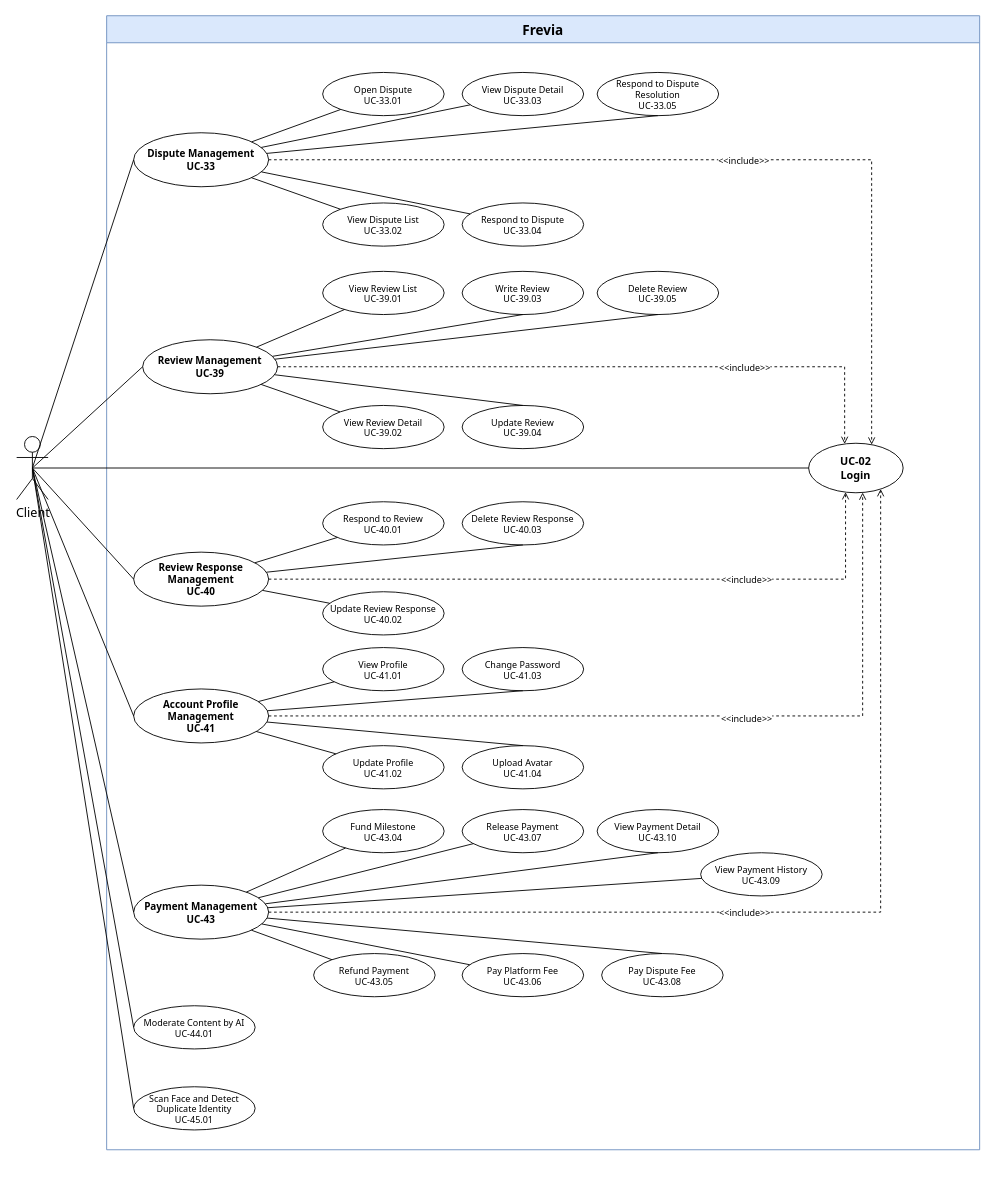
The draw.io diagram page "Client 6/6" (6 of 6) of uc-diagrams/Client.drawio in Thunggg/Frevia, before the edit. Source tidied: cells renumbered, new cells numbered last; positions are measured from the earlier drawing's top-left corner, leaving out a move shared by most shapes. Both pictures are drawn from the tidied source at 90%, with x=0, y=0 at pixel (16, 15).
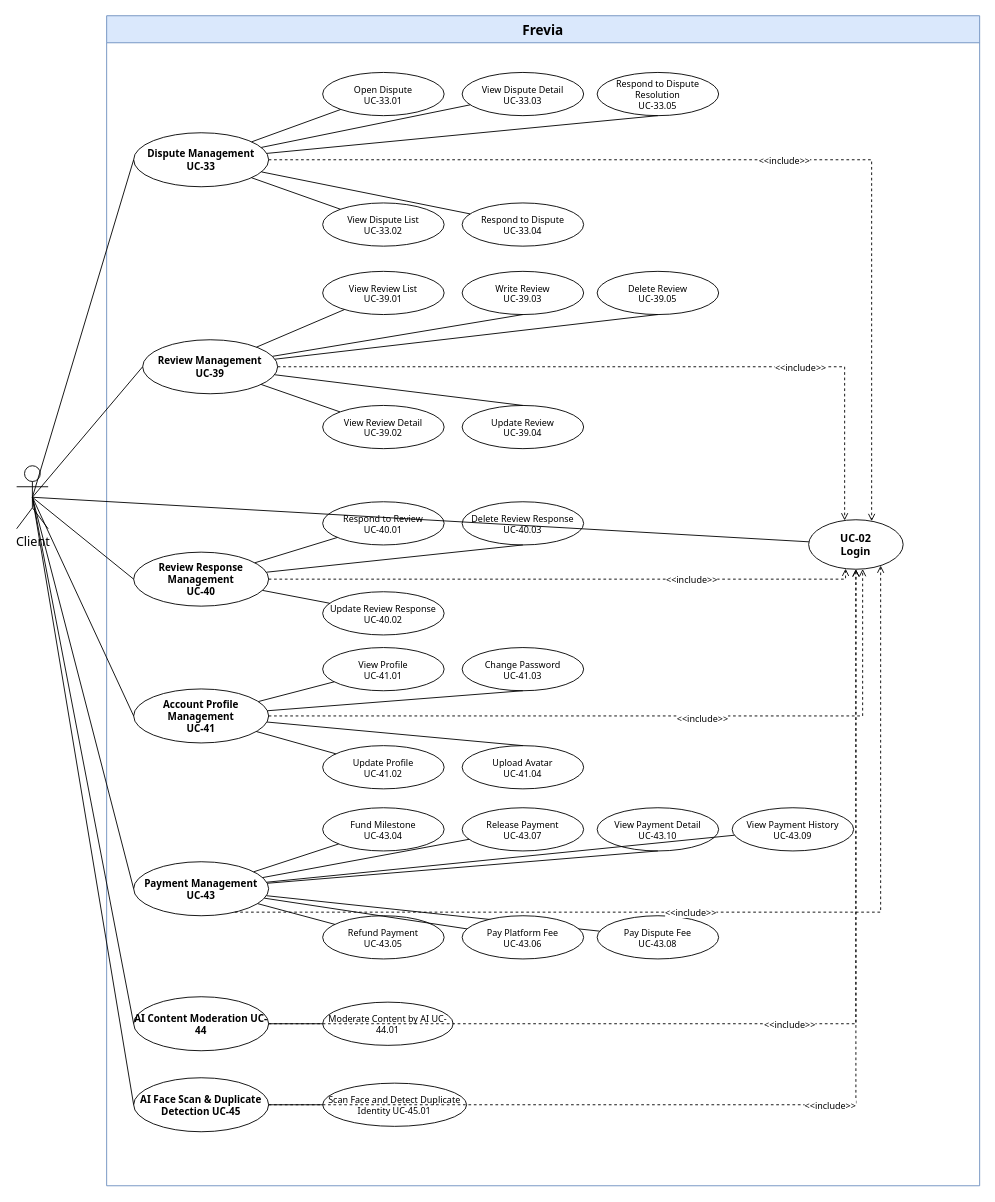
After the change.

The edit, as a diff of the source:
```diff
@@
     <mxCell id="2" value="Frevia" style="swimlane;whiteSpace=wrap;html=1;startSize=30;fontSize=15;fontFamily=Tahoma;fontStyle=1;fillColor=#dae8fc;strokeColor=#6c8ebf;" parent="1" vertex="1">
-      <mxGeometry x="100" width="970" height="1260" as="geometry" />
+      <mxGeometry x="100" width="970" height="1300" as="geometry" />
     </mxCell>
     <mxCell id="3" value="UC-02&#10;Login" style="ellipse;whiteSpace=wrap;html=1;fontSize=12;fontFamily=Tahoma;fontStyle=1;fillColor=#ffffff;strokeColor=#000000;" parent="2" vertex="1">
-      <mxGeometry x="780" y="475" width="105" height="55" as="geometry" />
+      <mxGeometry x="780" y="560" width="105" height="55" as="geometry" />
     </mxCell>
@@
     <mxCell id="25" value="Payment Management&#10;UC-43" style="ellipse;whiteSpace=wrap;html=1;fontSize=11;fontFamily=Tahoma;fontStyle=1;fillColor=#ffffff;strokeColor=#000000;" parent="2" vertex="1">
-      <mxGeometry x="30" y="966" width="150" height="60" as="geometry" />
+      <mxGeometry x="30" y="940" width="150" height="60" as="geometry" />
     </mxCell>
     <mxCell id="26" value="Fund Milestone&#10;UC-43.04" style="ellipse;whiteSpace=wrap;html=1;fontSize=10;fontFamily=Tahoma;fillColor=#ffffff;strokeColor=#000000;" parent="2" vertex="1">
-      <mxGeometry x="240" y="882" width="135" height="48" as="geometry" />
+      <mxGeometry x="240" y="880" width="135" height="48" as="geometry" />
     </mxCell>
     <mxCell id="27" value="Release Payment&#10;UC-43.07" style="ellipse;whiteSpace=wrap;html=1;fontSize=10;fontFamily=Tahoma;fillColor=#ffffff;strokeColor=#000000;" parent="2" vertex="1">
-      <mxGeometry x="395" y="882" width="135" height="48" as="geometry" />
+      <mxGeometry x="395" y="880" width="135" height="48" as="geometry" />
     </mxCell>
     <mxCell id="28" value="View Payment Detail&#10;UC-43.10" style="ellipse;whiteSpace=wrap;html=1;fontSize=10;fontFamily=Tahoma;fillColor=#ffffff;strokeColor=#000000;" parent="2" vertex="1">
-      <mxGeometry x="545" y="882" width="135" height="48" as="geometry" />
+      <mxGeometry x="545" y="880" width="135" height="48" as="geometry" />
     </mxCell>
@@
     <mxCell id="40" value="View Payment History&#10;UC-43.09" style="ellipse;whiteSpace=wrap;html=1;fontSize=10;fontFamily=Tahoma;fillColor=#ffffff;strokeColor=#000000;" parent="2" vertex="1">
-      <mxGeometry x="660" y="930" width="135" height="48" as="geometry" />
+      <mxGeometry x="695" y="880" width="135" height="48" as="geometry" />
     </mxCell>
@@
-    <mxCell id="42" value="Moderate Content by AI&lt;br&gt;UC-44.01" style="ellipse;whiteSpace=wrap;html=1;fontSize=10;fontFamily=Tahoma;fillColor=#ffffff;strokeColor=#000000;" parent="2" vertex="1">
-      <mxGeometry x="30" y="1100" width="135" height="48" as="geometry" />
+    <mxCell id="42" value="Moderate Content by AI&amp;#xa;UC-44.01" style="ellipse;whiteSpace=wrap;html=1;fontSize=10;fontFamily=Tahoma;fillColor=#ffffff;strokeColor=#000000;" parent="2" vertex="1">
+      <mxGeometry x="240" y="1096" width="145" height="48" as="geometry" />
     </mxCell>
-    <mxCell id="43" value="Scan Face and Detect Duplicate Identity&lt;br&gt;UC-45.01" style="ellipse;whiteSpace=wrap;html=1;fontSize=10;fontFamily=Tahoma;fillColor=#ffffff;strokeColor=#000000;" parent="2" vertex="1">
-      <mxGeometry x="30" y="1190" width="135" height="48" as="geometry" />
+    <mxCell id="43" value="Scan Face and Detect Duplicate Identity&amp;#xa;UC-45.01" style="ellipse;whiteSpace=wrap;html=1;fontSize=10;fontFamily=Tahoma;fillColor=#ffffff;strokeColor=#000000;" parent="2" vertex="1">
+      <mxGeometry x="240" y="1186" width="160" height="48" as="geometry" />
     </mxCell>
     <mxCell id="44" value="Client" style="shape=umlActor;verticalLabelPosition=bottom;verticalAlign=top;html=1;outlineConnect=0;fontSize=14;fontFamily=Tahoma;" parent="1" vertex="1">
-      <mxGeometry y="467.5" width="35" height="70" as="geometry" />
+      <mxGeometry y="500" width="35" height="70" as="geometry" />
     </mxCell>
@@
-    <mxCell id="65" value="Pay Dispute Fee&#10;UC-43.08" style="ellipse;whiteSpace=wrap;html=1;fontSize=10;fontFamily=Tahoma;fillColor=#ffffff;strokeColor=#000000;" parent="1" vertex="1">
-      <mxGeometry x="650" y="1042" width="135" height="48" as="geometry" />
+    <mxCell id="65" value="Pay Dispute Fee&#10;UC-43.08" style="ellipse;whiteSpace=wrap;html=1;fontSize=10;fontFamily=Tahoma;fillColor=#ffffff;strokeColor=#000000;" parent="2" vertex="1">
+      <mxGeometry x="545" y="1000" width="135" height="48" as="geometry" />
     </mxCell>
-    <mxCell id="66" style="endArrow=none;html=1;rounded=0;fontFamily=Tahoma;fontSize=13;entryX=0.5;entryY=0;entryDx=0;entryDy=0;" parent="1" edge="1" source="25" target="65">
+    <mxCell id="66" style="endArrow=none;html=1;rounded=0;fontFamily=Tahoma;fontSize=13;" parent="2" edge="1" source="25" target="65">
       <mxGeometry relative="1" as="geometry" />
     </mxCell>
-    <mxCell id="67" value="Refund Payment&#10;UC-43.05" style="ellipse;whiteSpace=wrap;html=1;fontSize=10;fontFamily=Tahoma;fillColor=#ffffff;strokeColor=#000000;" parent="1" vertex="1">
-      <mxGeometry x="330" y="1042" width="135" height="48" as="geometry" />
+    <mxCell id="67" value="Refund Payment&#10;UC-43.05" style="ellipse;whiteSpace=wrap;html=1;fontSize=10;fontFamily=Tahoma;fillColor=#ffffff;strokeColor=#000000;" parent="2" vertex="1">
+      <mxGeometry x="240" y="1000" width="135" height="48" as="geometry" />
     </mxCell>
-    <mxCell id="68" style="endArrow=none;html=1;rounded=0;fontFamily=Tahoma;fontSize=13;" parent="1" edge="1" source="25" target="67">
+    <mxCell id="68" style="endArrow=none;html=1;rounded=0;fontFamily=Tahoma;fontSize=13;" parent="2" edge="1" source="25" target="67">
       <mxGeometry relative="1" as="geometry" />
     </mxCell>
-    <mxCell id="69" value="Pay Platform Fee&#10;UC-43.06" style="ellipse;whiteSpace=wrap;html=1;fontSize=10;fontFamily=Tahoma;fillColor=#ffffff;strokeColor=#000000;" parent="1" vertex="1">
-      <mxGeometry x="495" y="1042" width="135" height="48" as="geometry" />
+    <mxCell id="69" value="Pay Platform Fee&#10;UC-43.06" style="ellipse;whiteSpace=wrap;html=1;fontSize=10;fontFamily=Tahoma;fillColor=#ffffff;strokeColor=#000000;" parent="2" vertex="1">
+      <mxGeometry x="395" y="1000" width="135" height="48" as="geometry" />
     </mxCell>
-    <mxCell id="70" style="endArrow=none;html=1;rounded=0;fontFamily=Tahoma;fontSize=13;" parent="1" edge="1" source="25" target="69">
+    <mxCell id="70" style="endArrow=none;html=1;rounded=0;fontFamily=Tahoma;fontSize=13;" parent="2" edge="1" source="25" target="69">
       <mxGeometry relative="1" as="geometry" />
     </mxCell>
-    <mxCell id="71" style="endArrow=none;html=1;rounded=0;fontFamily=Tahoma;fontSize=13;entryX=0;entryY=0.5;entryDx=0;entryDy=0;exitX=0.5;exitY=0.5;exitDx=0;exitDy=0;exitPerimeter=0;" parent="1" edge="1" source="44" target="43">
+    <mxCell id="71" style="endArrow=none;html=1;rounded=0;fontFamily=Tahoma;fontSize=13;entryX=0;entryY=0.5;entryDx=0;entryDy=0;exitX=0.5;exitY=0.5;exitDx=0;exitDy=0;exitPerimeter=0;" parent="1" edge="1" source="44" target="76">
       <mxGeometry relative="1" as="geometry" />
     </mxCell>
-    <mxCell id="72" style="endArrow=none;html=1;rounded=0;fontFamily=Tahoma;fontSize=13;exitX=0.5;exitY=0.5;exitDx=0;exitDy=0;exitPerimeter=0;entryX=0;entryY=0.5;entryDx=0;entryDy=0;" parent="1" edge="1" source="44" target="42">
+    <mxCell id="72" style="endArrow=none;html=1;rounded=0;fontFamily=Tahoma;fontSize=13;entryX=0;entryY=0.5;entryDx=0;entryDy=0;exitX=0.5;exitY=0.5;exitDx=0;exitDy=0;exitPerimeter=0;" parent="1" edge="1" source="44" target="73">
       <mxGeometry relative="1" as="geometry" />
     </mxCell>
+    <mxCell id="73" value="AI Content Moderation&amp;#xa;UC-44" style="ellipse;whiteSpace=wrap;html=1;fontSize=11;fontFamily=Tahoma;fontStyle=1;fillColor=#ffffff;strokeColor=#000000;" parent="2" vertex="1">
+      <mxGeometry x="30" y="1090" width="150" height="60" as="geometry" />
+    </mxCell>
+    <mxCell id="74" style="endArrow=none;html=1;rounded=0;fontFamily=Tahoma;fontSize=13;" parent="2" edge="1" source="73" target="42">
+      <mxGeometry relative="1" as="geometry" />
+    </mxCell>
+    <mxCell id="75" value="&amp;lt;&amp;lt;include&amp;gt;&amp;gt;" style="edgeStyle=orthogonalEdgeStyle;rounded=0;endArrow=open;dashed=1;html=1;strokeColor=#000000;fontSize=10;fontFamily=Tahoma;labelBackgroundColor=#ffffff;align=center;verticalAlign=middle;" parent="2" edge="1" source="73" target="3">
+      <mxGeometry relative="1" as="geometry" />
+    </mxCell>
+    <mxCell id="76" value="AI Face Scan &amp;amp; Duplicate Detection&amp;#xa;UC-45" style="ellipse;whiteSpace=wrap;html=1;fontSize=11;fontFamily=Tahoma;fontStyle=1;fillColor=#ffffff;strokeColor=#000000;" parent="2" vertex="1">
+      <mxGeometry x="30" y="1180" width="150" height="60" as="geometry" />
+    </mxCell>
+    <mxCell id="77" style="endArrow=none;html=1;rounded=0;fontFamily=Tahoma;fontSize=13;" parent="2" edge="1" source="76" target="43">
+      <mxGeometry relative="1" as="geometry" />
+    </mxCell>
+    <mxCell id="78" value="&amp;lt;&amp;lt;include&amp;gt;&amp;gt;" style="edgeStyle=orthogonalEdgeStyle;rounded=0;endArrow=open;dashed=1;html=1;strokeColor=#000000;fontSize=10;fontFamily=Tahoma;labelBackgroundColor=#ffffff;align=center;verticalAlign=middle;" parent="2" edge="1" source="76" target="3">
+      <mxGeometry relative="1" as="geometry" />
+    </mxCell>
```
